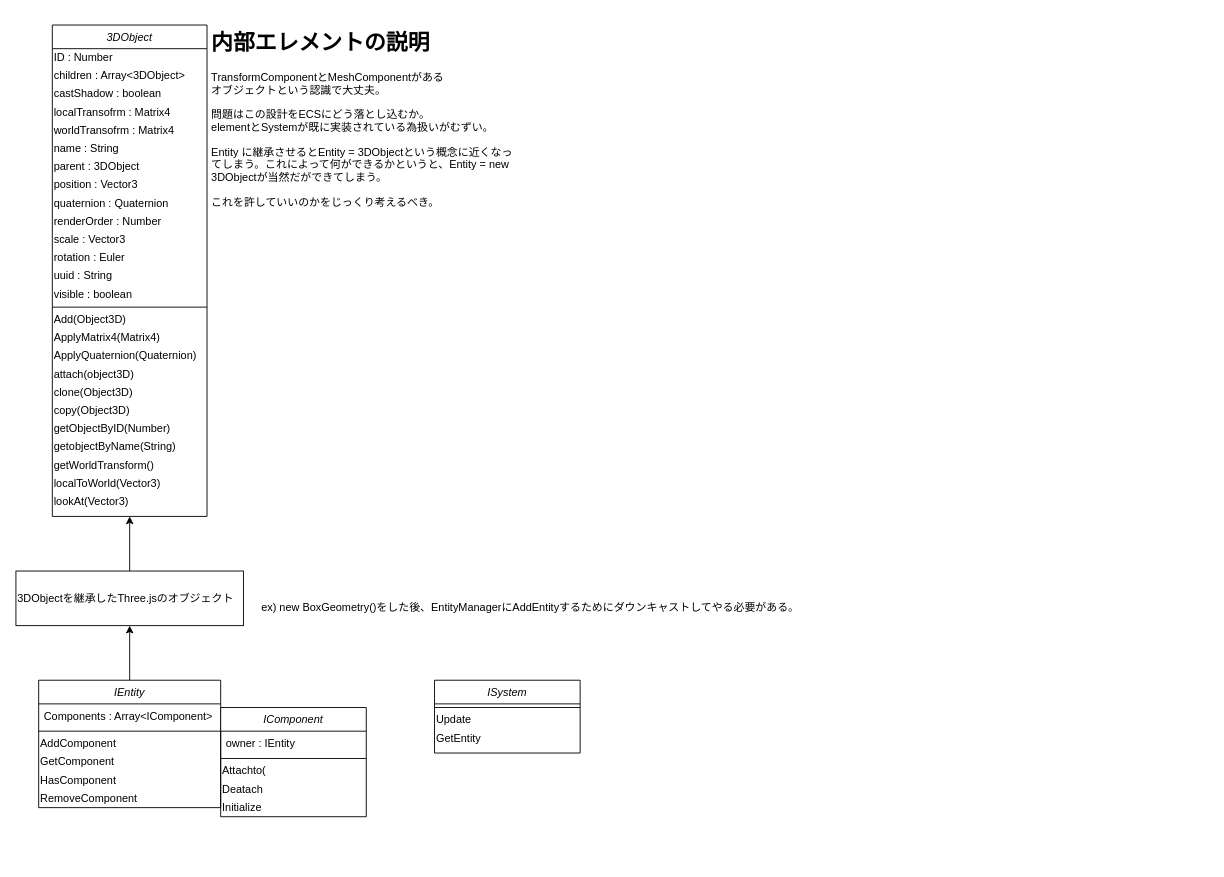
This is THREE_ECS.drawio from BreadMotion/JS3DGame, a draw.io file, before an edit. Source tidied: cells renumbered, new cells numbered last; positions are measured from the earlier drawing's top-left corner, leaving out a move shared by most shapes. Both pictures are drawn from the tidied source at 91%, with x=0, y=0 at pixel (15, 25).
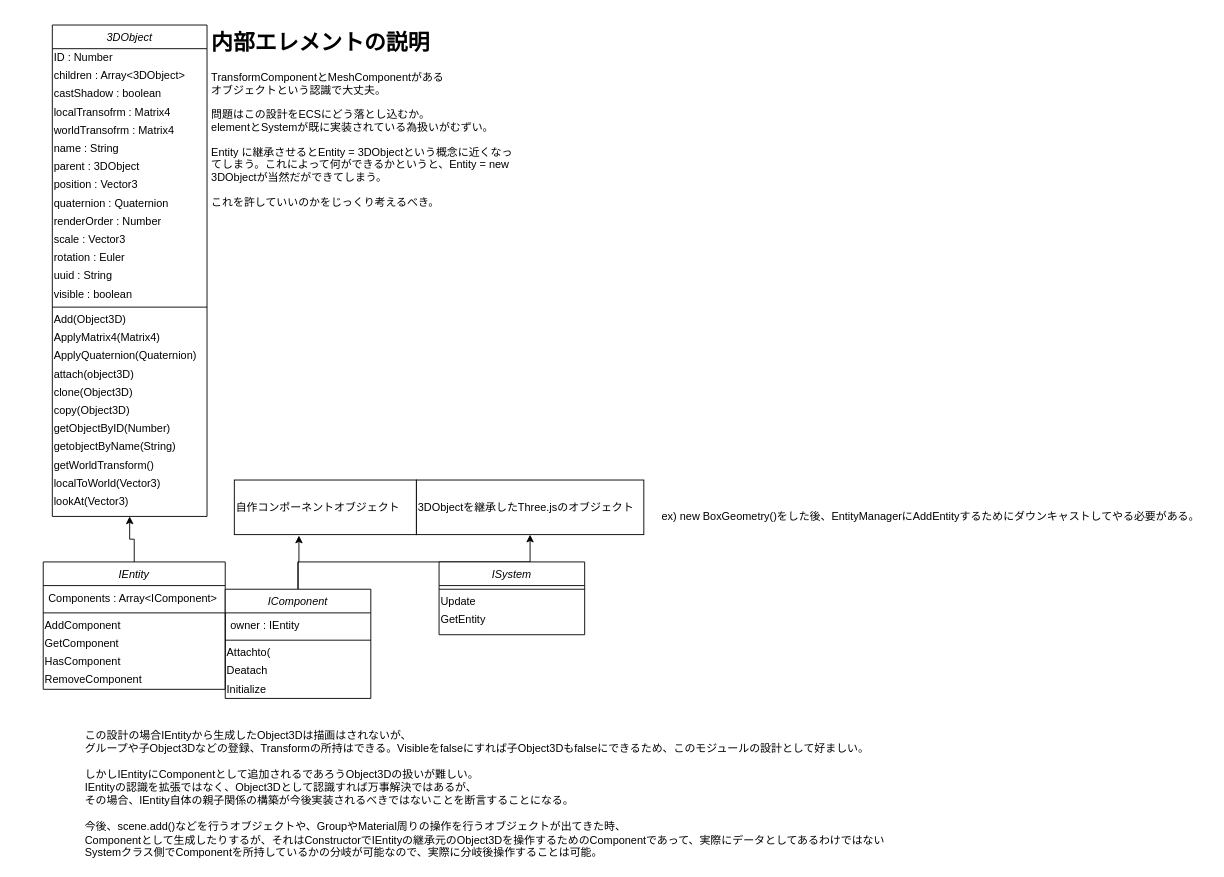
The same diagram, later.

The change refers to these unchanged cells:
```xml
<mxCell id="20" value="3DObject" style="swimlane;fontStyle=2;align=center;verticalAlign=top;horizontal=1;startSize=26;rounded=0;shadow=0;strokeWidth=1;" parent="1" vertex="1">
  <mxGeometry x="40" width="170" height="540" as="geometry" />
</mxCell>
```

Diff of the diagram source:
```diff
@@
-    <mxCell id="2" style="edgeStyle=orthogonalEdgeStyle;rounded=0;jettySize=auto;html=1;exitX=0.5;exitY=0;exitDx=0;exitDy=0;" parent="1" edge="1" source="3" target="49">
-      <mxGeometry relative="1" as="geometry" />
-    </mxCell>
+    <mxCell id="51" style="edgeStyle=orthogonalEdgeStyle;rounded=0;jettySize=auto;html=1;exitX=0.5;exitY=0;exitDx=0;exitDy=0;" parent="1" edge="1" source="3" target="20">
+      <mxGeometry relative="1" as="geometry" />
+    </mxCell>
     <mxCell id="3" value="IEntity" style="swimlane;fontStyle=2;align=center;verticalAlign=top;horizontal=1;startSize=26;rounded=0;shadow=0;strokeWidth=1;" parent="1" vertex="1">
-      <mxGeometry x="25" y="720" width="200" height="140" as="geometry" />
+      <mxGeometry x="30" y="590" width="200" height="140" as="geometry" />
     </mxCell>
@@
+    <mxCell id="52" style="edgeStyle=orthogonalEdgeStyle;rounded=0;jettySize=auto;html=1;exitX=0.5;exitY=0;exitDx=0;exitDy=0;entryX=0.5;entryY=1;entryDx=0;entryDy=0;" parent="1" edge="1" source="10" target="49">
+      <mxGeometry relative="1" as="geometry" />
+    </mxCell>
+    <mxCell id="53" style="edgeStyle=orthogonalEdgeStyle;rounded=0;jettySize=auto;html=1;exitX=0.5;exitY=0;exitDx=0;exitDy=0;entryX=0.355;entryY=1.017;entryDx=0;entryDy=0;entryPerimeter=0;" parent="1" edge="1" source="10" target="54">
+      <mxGeometry relative="1" as="geometry" />
+    </mxCell>
     <mxCell id="10" value="IComponent&#10;" style="swimlane;fontStyle=2;align=center;verticalAlign=top;horizontal=1;startSize=26;rounded=0;shadow=0;strokeWidth=1;" parent="1" vertex="1">
-      <mxGeometry x="225" y="750" width="160" height="120" as="geometry" />
+      <mxGeometry x="230" y="620" width="160" height="120" as="geometry" />
     </mxCell>
@@
     <mxCell id="16" value="ISystem" style="swimlane;fontStyle=2;align=center;verticalAlign=top;horizontal=1;startSize=26;rounded=0;shadow=0;strokeWidth=1;" parent="1" vertex="1">
-      <mxGeometry x="460" y="720" width="160" height="80" as="geometry" />
+      <mxGeometry x="465" y="590" width="160" height="80" as="geometry" />
     </mxCell>
@@
-    <mxCell id="48" style="edgeStyle=orthogonalEdgeStyle;rounded=0;jettySize=auto;html=1;exitX=0.5;exitY=0;exitDx=0;exitDy=0;" parent="1" edge="1" source="49" target="20">
-      <mxGeometry relative="1" as="geometry" />
-    </mxCell>
     <mxCell id="49" value="3DObjectを継承したThree.jsのオブジェクト" style="rounded=0;whiteSpace=wrap;html=1;align=left;" parent="1" vertex="1">
-      <mxGeometry y="600" width="250" height="60" as="geometry" />
+      <mxGeometry x="440" y="500" width="250" height="60" as="geometry" />
     </mxCell>
     <mxCell id="50" value="ex) new BoxGeometry()をした後、EntityManagerにAddEntityするためにダウンキャストしてやる必要がある。" style="text;html=1;align=center;verticalAlign=middle;strokeColor=none;fillColor=none;" parent="1" vertex="1">
-      <mxGeometry x="260" y="630" width="610" height="20" as="geometry" />
+      <mxGeometry x="700" y="530" width="610" height="20" as="geometry" />
     </mxCell>
+    <mxCell id="54" value="自作コンポーネントオブジェクト" style="rounded=0;whiteSpace=wrap;html=1;align=left;" parent="1" vertex="1">
+      <mxGeometry x="240" y="500" width="200" height="60" as="geometry" />
+    </mxCell>
+    <mxCell id="55" value="&lt;div style=&quot;text-align: left&quot;&gt;&lt;span&gt;この設計の場合IEntityから生成したObject3Dは描画はされないが、&lt;/span&gt;&lt;/div&gt;&lt;div style=&quot;text-align: left&quot;&gt;&lt;span&gt;グループや子Object3Dなどの登録、Transformの所持はできる。Visibleをfalseにすれば子Object3Dもfalseにできるため、このモジュールの設計として好ましい。&lt;/span&gt;&lt;/div&gt;&lt;div style=&quot;text-align: left&quot;&gt;&lt;span&gt;&lt;br&gt;&lt;/span&gt;&lt;/div&gt;&lt;div style=&quot;text-align: left&quot;&gt;&lt;span&gt;しかしIEntityにComponentとして追加されるであろうObject3Dの扱いが難しい。&lt;/span&gt;&lt;/div&gt;&lt;div style=&quot;text-align: left&quot;&gt;&lt;span&gt;IEntityの認識を拡張ではなく、Object3Dとして認識すれば万事解決ではあるが、&lt;/span&gt;&lt;/div&gt;&lt;div style=&quot;text-align: left&quot;&gt;&lt;span&gt;その場合、IEntity自体の親子関係の構築が今後実装されるべきではないことを断言することになる。&lt;/span&gt;&lt;/div&gt;&lt;div style=&quot;text-align: left&quot;&gt;&lt;span&gt;&lt;br&gt;&lt;/span&gt;&lt;/div&gt;&lt;div style=&quot;text-align: left&quot;&gt;&lt;span&gt;今後、scene.add()などを行うオブジェクトや、GroupやMaterial周りの操作を行うオブジェクトが出てきた時、&lt;br&gt;Componentとして生成したりするが、それはConstructorでIEntityの継承元のObject3Dを操作するためのComponentであって、実際にデータとしてあるわけではない&lt;/span&gt;&lt;/div&gt;&lt;div style=&quot;text-align: left&quot;&gt;&lt;span&gt;Systemクラス側でComponentを所持しているかの分岐が可能なので、実際に分岐後操作することは可能。&lt;/span&gt;&lt;/div&gt;" style="text;html=1;align=center;verticalAlign=middle;strokeColor=none;fillColor=none;" parent="1" vertex="1">
+      <mxGeometry x="65" y="770" width="900" height="150" as="geometry" />
+    </mxCell>
```
